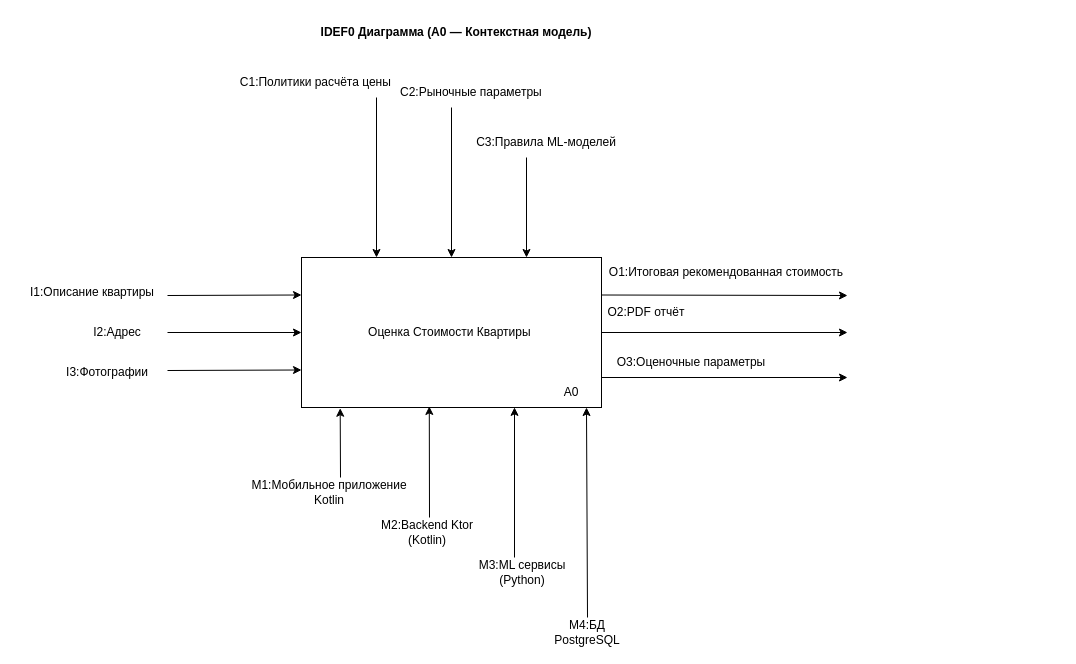
The draw.io diagram src/diagrams/IDEF0/IDEF0_F0_context.drawio in HeadMaxResh/system-engineering-playbook, before the edit. Source tidied: cells renumbered, new cells numbered last; positions are measured from the earlier drawing's top-left corner, leaving out a move shared by most shapes. Both pictures are drawn from the tidied source at 100%, with x=0, y=0 at pixel (17, 17).
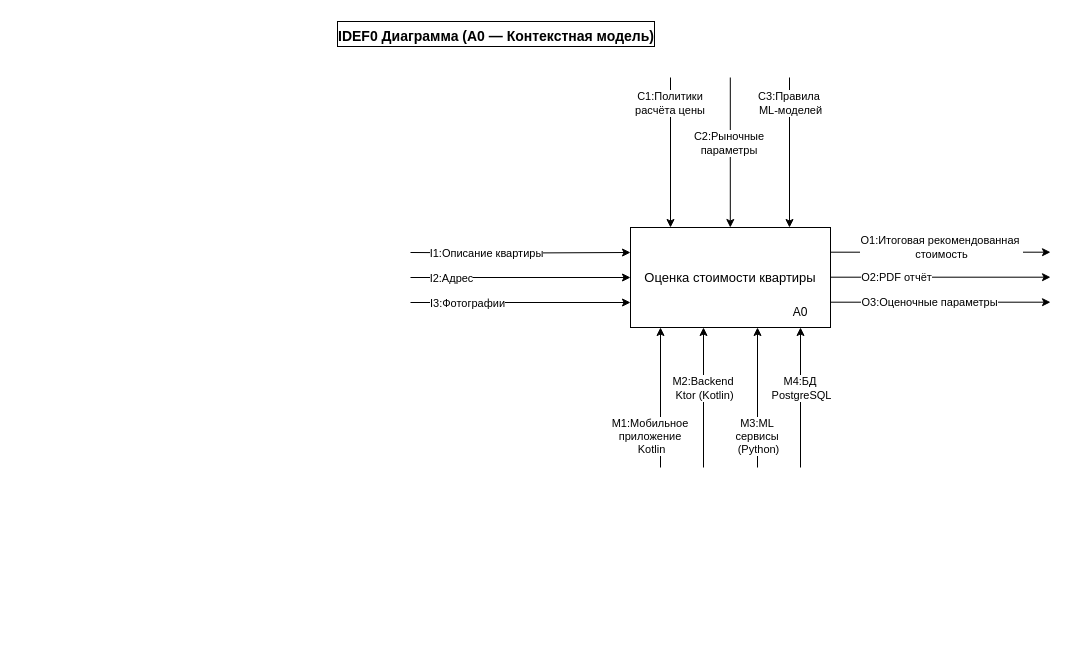
Above is the later version.

Diff of the diagram source:
```diff
@@
-    <mxCell id="2" value="Оценка Стоимости Квартиры&amp;nbsp;" style="rounded=0;whiteSpace=wrap;html=1;" parent="1" vertex="1">
-      <mxGeometry x="284" y="240" width="300" height="150" as="geometry" />
-    </mxCell>
+    <mxCell id="31" style="edgeStyle=orthogonalEdgeStyle;rounded=0;jettySize=auto;html=1;entryX=0;entryY=0.25;entryDx=0;entryDy=0;" parent="1" edge="1" target="34">
+      <mxGeometry relative="1" as="geometry">
+        <mxPoint x="393" y="235" as="sourcePoint" />
+      </mxGeometry>
+    </mxCell>
+    <mxCell id="6" value="I1:Описание квартиры" style="edgeLabel;html=1;align=center;verticalAlign=middle;fontSize=11;fontFamily=Helvetica;fontColor=default;" parent="31" vertex="1">
+      <mxGeometry x="-0.02" y="-1" relative="1" as="geometry">
+        <mxPoint x="-32" y="-1" as="offset" />
+      </mxGeometry>
+    </mxCell>
+    <mxCell id="32" style="edgeStyle=orthogonalEdgeStyle;rounded=0;orthogonalLoop=1;jettySize=auto;html=1;entryX=0.25;entryY=1;entryDx=0;entryDy=0;" parent="1" edge="1">
+      <mxGeometry relative="1" as="geometry">
+        <mxPoint x="643" y="450" as="sourcePoint" />
+        <mxPoint x="643" y="310" as="targetPoint" />
+      </mxGeometry>
+    </mxCell>
+    <mxCell id="24" value="M1:Мобильное&amp;nbsp;&lt;div&gt;приложение&amp;nbsp;&lt;/div&gt;&lt;div&gt;Kotlin&lt;/div&gt;" style="edgeLabel;html=1;align=center;verticalAlign=middle;fontSize=11;" parent="32" vertex="1">
+      <mxGeometry x="0.56" y="2" relative="1" as="geometry">
+        <mxPoint x="-8" y="77" as="offset" />
+      </mxGeometry>
+    </mxCell>
+    <mxCell id="33" style="edgeStyle=none;shape=connector;rounded=0;jettySize=auto;html=1;exitX=0;exitY=0.75;exitDx=0;exitDy=0;labelBackgroundColor=default;strokeColor=default;align=center;verticalAlign=middle;fontFamily=Helvetica;fontSize=11;fontColor=default;endArrow=none;startArrow=classic;startFill=1;endFill=0;" parent="1" edge="1" source="34">
+      <mxGeometry relative="1" as="geometry">
+        <mxPoint x="393" y="285" as="targetPoint" />
+      </mxGeometry>
+    </mxCell>
+    <mxCell id="10" value="I3:Фотографии" style="edgeLabel;html=1;align=center;verticalAlign=middle;fontSize=11;fontFamily=Helvetica;fontColor=default;" parent="33" vertex="1">
+      <mxGeometry x="0.29" y="2" relative="1" as="geometry">
+        <mxPoint x="-22" y="-2" as="offset" />
+      </mxGeometry>
+    </mxCell>
+    <mxCell id="34" value="&lt;font style=&quot;font-size: 13px;&quot;&gt;Оценка стоимости квартиры&lt;/font&gt;" style="rounded=0;whiteSpace=wrap;html=1;" parent="1" vertex="1">
+      <mxGeometry x="613" y="210" width="200" height="100" as="geometry" />
+    </mxCell>
+    <mxCell id="35" value="А0" style="text;html=1;strokeColor=none;fillColor=none;align=center;verticalAlign=middle;whiteSpace=wrap;rounded=0;" parent="1" vertex="1">
+      <mxGeometry x="753" y="280" width="60" height="30" as="geometry" />
+    </mxCell>
+    <mxCell id="36" style="endArrow=classic;html=1;rounded=0;entryX=0.5;entryY=0;entryDx=0;entryDy=0;" parent="1" edge="1">
+      <mxGeometry relative="1" as="geometry">
+        <mxPoint x="653" y="60" as="sourcePoint" />
+        <mxPoint x="653" y="210" as="targetPoint" />
+      </mxGeometry>
+    </mxCell>
+    <mxCell id="12" value="C1:Политики&amp;nbsp;&lt;div&gt;расчёта цены&amp;nbsp;&lt;/div&gt;" style="edgeLabel;html=1;align=center;verticalAlign=middle;fontSize=11;" parent="36" vertex="1">
+      <mxGeometry x="-0.22" y="-1" relative="1" as="geometry">
+        <mxPoint x="1" y="-34" as="offset" />
+      </mxGeometry>
+    </mxCell>
+    <mxCell id="37" style="edgeStyle=none;shape=connector;rounded=0;orthogonalLoop=1;jettySize=auto;html=1;exitX=0;exitY=0.75;exitDx=0;exitDy=0;labelBackgroundColor=default;strokeColor=default;align=center;verticalAlign=middle;fontFamily=Helvetica;fontSize=11;fontColor=default;endArrow=none;startArrow=classic;startFill=1;endFill=0;" parent="1" edge="1">
+      <mxGeometry relative="1" as="geometry">
+        <mxPoint x="613" y="260" as="sourcePoint" />
+        <mxPoint x="393" y="260" as="targetPoint" />
+      </mxGeometry>
+    </mxCell>
+    <mxCell id="8" value="I2:Адрес" style="edgeLabel;html=1;align=center;verticalAlign=middle;fontSize=11;fontFamily=Helvetica;fontColor=default;" parent="37" vertex="1">
+      <mxGeometry x="0.29" y="2" relative="1" as="geometry">
+        <mxPoint x="-38" y="-2" as="offset" />
+      </mxGeometry>
+    </mxCell>
+    <mxCell id="38" style="endArrow=classic;html=1;rounded=0;entryX=0.5;entryY=0;entryDx=0;entryDy=0;" parent="1" edge="1">
+      <mxGeometry relative="1" as="geometry">
+        <mxPoint x="772" y="60" as="sourcePoint" />
+        <mxPoint x="772" y="210" as="targetPoint" />
+      </mxGeometry>
+    </mxCell>
+    <mxCell id="16" value="C3:Правила&amp;nbsp;&lt;div&gt;ML-моделей&lt;/div&gt;" style="edgeLabel;html=1;align=center;verticalAlign=middle;fontSize=11;" parent="38" vertex="1">
+      <mxGeometry x="-0.22" y="-1" relative="1" as="geometry">
+        <mxPoint x="1" y="-34" as="offset" />
+      </mxGeometry>
+    </mxCell>
+    <mxCell id="39" style="endArrow=classic;html=1;rounded=0;entryX=0.5;entryY=0;entryDx=0;entryDy=0;" parent="1" edge="1">
+      <mxGeometry relative="1" as="geometry">
+        <mxPoint x="712.8" y="60" as="sourcePoint" />
+        <mxPoint x="712.8" y="210" as="targetPoint" />
+      </mxGeometry>
+    </mxCell>
+    <mxCell id="14" value="C2:Рыночные&amp;nbsp;&lt;div&gt;параметры&amp;nbsp;&lt;/div&gt;" style="edgeLabel;html=1;align=center;verticalAlign=middle;fontSize=11;" parent="39" vertex="1">
+      <mxGeometry x="-0.22" y="-1" relative="1" as="geometry">
+        <mxPoint x="1" y="6" as="offset" />
+      </mxGeometry>
+    </mxCell>
+    <mxCell id="40" style="edgeStyle=orthogonalEdgeStyle;rounded=0;orthogonalLoop=1;jettySize=auto;html=1;entryX=0.25;entryY=1;entryDx=0;entryDy=0;" parent="1" edge="1">
+      <mxGeometry relative="1" as="geometry">
+        <mxPoint x="686" y="450" as="sourcePoint" />
+        <mxPoint x="686" y="310" as="targetPoint" />
+      </mxGeometry>
+    </mxCell>
+    <mxCell id="26" value="М2:Backend&amp;nbsp;&lt;div&gt;Ktor (Kotlin)&lt;/div&gt;" style="edgeLabel;html=1;align=center;verticalAlign=middle;fontSize=11;" parent="40" vertex="1">
+      <mxGeometry x="0.56" y="2" relative="1" as="geometry">
+        <mxPoint x="2" y="29" as="offset" />
+      </mxGeometry>
+    </mxCell>
+    <mxCell id="41" style="edgeStyle=orthogonalEdgeStyle;rounded=0;orthogonalLoop=1;jettySize=auto;html=1;entryX=0.25;entryY=1;entryDx=0;entryDy=0;" parent="1" edge="1">
+      <mxGeometry relative="1" as="geometry">
+        <mxPoint x="740" y="450" as="sourcePoint" />
+        <mxPoint x="740" y="310" as="targetPoint" />
+      </mxGeometry>
+    </mxCell>
+    <mxCell id="28" value="M3:ML&amp;nbsp;&lt;div&gt;сервисы&amp;nbsp;&lt;/div&gt;&lt;div&gt;(Python)&lt;/div&gt;" style="edgeLabel;html=1;align=center;verticalAlign=middle;fontSize=11;" parent="41" vertex="1">
+      <mxGeometry x="0.56" y="2" relative="1" as="geometry">
+        <mxPoint x="2" y="77" as="offset" />
+      </mxGeometry>
+    </mxCell>
+    <mxCell id="42" style="edgeStyle=orthogonalEdgeStyle;rounded=0;orthogonalLoop=1;jettySize=auto;html=1;entryX=0.25;entryY=1;entryDx=0;entryDy=0;" parent="1" edge="1">
+      <mxGeometry relative="1" as="geometry">
+        <mxPoint x="783" y="450" as="sourcePoint" />
+        <mxPoint x="783" y="310" as="targetPoint" />
+      </mxGeometry>
+    </mxCell>
+    <mxCell id="30" value="M4:БД&amp;nbsp;&lt;div&gt;PostgreSQL&lt;/div&gt;" style="edgeLabel;html=1;align=center;verticalAlign=middle;fontSize=11;" parent="42" vertex="1">
+      <mxGeometry x="0.56" y="2" relative="1" as="geometry">
+        <mxPoint x="2" y="29" as="offset" />
+      </mxGeometry>
+    </mxCell>
+    <mxCell id="43" style="edgeStyle=orthogonalEdgeStyle;rounded=0;orthogonalLoop=1;jettySize=auto;html=1;entryX=0;entryY=0.25;entryDx=0;entryDy=0;" parent="1" edge="1">
+      <mxGeometry relative="1" as="geometry">
+        <mxPoint x="813" y="234.7" as="sourcePoint" />
+        <mxPoint x="1033" y="234.7" as="targetPoint" />
+      </mxGeometry>
+    </mxCell>
+    <mxCell id="18" value="O1:Итоговая рекомендованная&amp;nbsp;&lt;div&gt;&lt;span style=&quot;background-color: light-dark(#ffffff, var(--ge-dark-color, #121212)); color: light-dark(rgb(0, 0, 0), rgb(255, 255, 255));&quot;&gt;стоимость&lt;/span&gt;&lt;/div&gt;" style="edgeLabel;html=1;align=center;verticalAlign=middle;fontSize=11;fontFamily=Helvetica;fontColor=default;" parent="43" vertex="1">
+      <mxGeometry x="-0.02" y="-1" relative="1" as="geometry">
+        <mxPoint x="2" y="-6" as="offset" />
+      </mxGeometry>
+    </mxCell>
+    <mxCell id="44" style="edgeStyle=none;shape=connector;rounded=0;orthogonalLoop=1;jettySize=auto;html=1;exitX=0;exitY=0.75;exitDx=0;exitDy=0;labelBackgroundColor=default;strokeColor=default;align=center;verticalAlign=middle;fontFamily=Helvetica;fontSize=11;fontColor=default;endArrow=none;startArrow=classic;startFill=1;endFill=0;" parent="1" edge="1">
+      <mxGeometry relative="1" as="geometry">
+        <mxPoint x="1033" y="284.7" as="sourcePoint" />
+        <mxPoint x="813" y="284.7" as="targetPoint" />
+      </mxGeometry>
+    </mxCell>
+    <mxCell id="22" value="О3:Оценочные параметры" style="edgeLabel;html=1;align=center;verticalAlign=middle;fontSize=11;fontFamily=Helvetica;fontColor=default;" parent="44" vertex="1">
+      <mxGeometry x="0.29" y="2" relative="1" as="geometry">
+        <mxPoint x="20" y="-2" as="offset" />
+      </mxGeometry>
+    </mxCell>
+    <mxCell id="45" style="edgeStyle=none;shape=connector;rounded=0;orthogonalLoop=1;jettySize=auto;html=1;exitX=0;exitY=0.75;exitDx=0;exitDy=0;labelBackgroundColor=default;strokeColor=default;align=center;verticalAlign=middle;fontFamily=Helvetica;fontSize=11;fontColor=default;endArrow=none;startArrow=classic;startFill=1;endFill=0;" parent="1" edge="1">
+      <mxGeometry relative="1" as="geometry">
+        <mxPoint x="1033" y="259.7" as="sourcePoint" />
+        <mxPoint x="813" y="259.7" as="targetPoint" />
+      </mxGeometry>
+    </mxCell>
+    <mxCell id="20" value="O2:PDF отчёт" style="edgeLabel;html=1;align=center;verticalAlign=middle;fontSize=11;fontFamily=Helvetica;fontColor=default;" parent="45" vertex="1">
+      <mxGeometry x="0.29" y="2" relative="1" as="geometry">
+        <mxPoint x="-13" y="-2" as="offset" />
+      </mxGeometry>
+    </mxCell>
-    <mxCell id="3" value="&lt;b&gt;IDEF0 Диаграмма (A0 — Контекстная модель)&lt;/b&gt;" style="text;html=1;whiteSpace=wrap;strokeColor=none;fillColor=none;align=center;verticalAlign=middle;rounded=0;" parent="1" vertex="1">
-      <mxGeometry x="294" width="290" height="30" as="geometry" />
+    <mxCell id="3" value="&lt;font style=&quot;font-size: 14px;&quot;&gt;IDEF0 Диаграмма (A0 — Контекстная модель)&lt;/font&gt;" style="text;html=1;strokeColor=none;fillColor=none;align=center;verticalAlign=middle;whiteSpace=wrap;rounded=0;fontSize=20;fontStyle=1;labelBackgroundColor=none;labelBorderColor=default;spacingTop=1;" parent="1" vertex="1">
+      <mxGeometry x="294" width="370" height="30" as="geometry" />
     </mxCell>
-    <mxCell id="4" value="A0" style="text;html=1;whiteSpace=wrap;strokeColor=none;fillColor=none;align=center;verticalAlign=middle;rounded=0;" parent="1" vertex="1">
-      <mxGeometry x="524" y="360" width="60" height="30" as="geometry" />
-    </mxCell>
-    <mxCell id="5" style="endArrow=classic;html=1;rounded=0;entryX=0;entryY=0.25;entryDx=0;entryDy=0;" parent="1" edge="1" target="2">
-      <mxGeometry relative="1" as="geometry">
-        <mxPoint x="150" y="278" as="sourcePoint" />
-      </mxGeometry>
-    </mxCell>
-    <mxCell id="6" value="I1:Описание квартиры" style="text;html=1;whiteSpace=wrap;strokeColor=none;fillColor=none;align=center;verticalAlign=middle;rounded=0;" parent="1" vertex="1">
-      <mxGeometry y="260" width="150" height="30" as="geometry" />
-    </mxCell>
-    <mxCell id="7" style="endArrow=classic;html=1;rounded=0;entryX=0;entryY=0.5;entryDx=0;entryDy=0;" parent="1" edge="1" target="2">
-      <mxGeometry relative="1" as="geometry">
-        <mxPoint x="150" y="315" as="sourcePoint" />
-      </mxGeometry>
-    </mxCell>
-    <mxCell id="8" value="I2:Адрес" style="text;html=1;whiteSpace=wrap;strokeColor=none;fillColor=none;align=center;verticalAlign=middle;rounded=0;" parent="1" vertex="1">
-      <mxGeometry x="70" y="300" width="60" height="30" as="geometry" />
-    </mxCell>
-    <mxCell id="9" style="endArrow=classic;html=1;rounded=0;entryX=0;entryY=0.75;entryDx=0;entryDy=0;" parent="1" edge="1" target="2">
-      <mxGeometry relative="1" as="geometry">
-        <mxPoint x="150" y="353" as="sourcePoint" />
-      </mxGeometry>
-    </mxCell>
-    <mxCell id="10" value="I3:Фотографии" style="text;html=1;whiteSpace=wrap;strokeColor=none;fillColor=none;align=center;verticalAlign=middle;rounded=0;" parent="1" vertex="1">
-      <mxGeometry x="60" y="340" width="60" height="30" as="geometry" />
-    </mxCell>
-    <mxCell id="11" style="endArrow=classic;html=1;rounded=0;entryX=0.25;entryY=0;entryDx=0;entryDy=0;" parent="1" edge="1" target="2">
-      <mxGeometry relative="1" as="geometry">
-        <mxPoint x="359" y="80" as="sourcePoint" />
-      </mxGeometry>
-    </mxCell>
-    <mxCell id="12" value="C1:Политики расчёта цены&amp;nbsp;" style="text;html=1;whiteSpace=wrap;strokeColor=none;fillColor=none;align=center;verticalAlign=middle;rounded=0;" parent="1" vertex="1">
-      <mxGeometry x="210" y="50" width="180" height="30" as="geometry" />
-    </mxCell>
-    <mxCell id="13" style="endArrow=classic;html=1;rounded=0;entryX=0.5;entryY=0;entryDx=0;entryDy=0;" parent="1" edge="1" target="2">
-      <mxGeometry relative="1" as="geometry">
-        <mxPoint x="434" y="90" as="sourcePoint" />
-      </mxGeometry>
-    </mxCell>
-    <mxCell id="14" value="C2:Рыночные параметры&amp;nbsp;" style="text;html=1;whiteSpace=wrap;strokeColor=none;fillColor=none;align=center;verticalAlign=middle;rounded=0;" parent="1" vertex="1">
-      <mxGeometry x="360" y="60" width="191" height="30" as="geometry" />
-    </mxCell>
-    <mxCell id="15" style="endArrow=classic;html=1;rounded=0;entryX=0.75;entryY=0;entryDx=0;entryDy=0;" parent="1" edge="1" target="2">
-      <mxGeometry relative="1" as="geometry">
-        <mxPoint x="509" y="140" as="sourcePoint" />
-      </mxGeometry>
-    </mxCell>
-    <mxCell id="16" value="C3:Правила ML-моделей" style="text;html=1;whiteSpace=wrap;strokeColor=none;fillColor=none;align=center;verticalAlign=middle;rounded=0;" parent="1" vertex="1">
-      <mxGeometry x="434" y="110" width="190" height="30" as="geometry" />
-    </mxCell>
-    <mxCell id="17" style="endArrow=classic;html=1;rounded=0;exitX=1;exitY=0.25;exitDx=0;exitDy=0;" parent="1" edge="1" source="2">
-      <mxGeometry relative="1" as="geometry">
-        <mxPoint x="830" y="278" as="targetPoint" />
-      </mxGeometry>
-    </mxCell>
-    <mxCell id="18" value="O1:Итоговая рекомендованная стоимость" style="text;html=1;whiteSpace=wrap;strokeColor=none;fillColor=none;align=center;verticalAlign=middle;rounded=0;" parent="1" vertex="1">
-      <mxGeometry x="584" y="240" width="250" height="30" as="geometry" />
-    </mxCell>
-    <mxCell id="19" style="endArrow=classic;html=1;rounded=0;exitX=1;exitY=0.5;exitDx=0;exitDy=0;" parent="1" edge="1" source="2">
-      <mxGeometry relative="1" as="geometry">
-        <mxPoint x="830" y="315" as="targetPoint" />
-      </mxGeometry>
-    </mxCell>
-    <mxCell id="20" value="O2:PDF отчёт" style="text;html=1;whiteSpace=wrap;strokeColor=none;fillColor=none;align=center;verticalAlign=middle;rounded=0;" parent="1" vertex="1">
-      <mxGeometry x="584" y="280" width="90" height="30" as="geometry" />
-    </mxCell>
-    <mxCell id="21" style="endArrow=classic;html=1;rounded=0;exitX=1;exitY=0;exitDx=0;exitDy=0;" parent="1" edge="1" source="4">
-      <mxGeometry relative="1" as="geometry">
-        <mxPoint x="830" y="360" as="targetPoint" />
-      </mxGeometry>
-    </mxCell>
-    <mxCell id="22" value="О3:Оценочные параметры" style="text;html=1;whiteSpace=wrap;strokeColor=none;fillColor=none;align=center;verticalAlign=middle;rounded=0;" parent="1" vertex="1">
-      <mxGeometry x="584" y="330" width="180" height="30" as="geometry" />
-    </mxCell>
-    <mxCell id="23" style="endArrow=classic;html=1;rounded=0;entryX=0.129;entryY=1.005;entryDx=0;entryDy=0;entryPerimeter=0;" parent="1" edge="1" target="2">
-      <mxGeometry relative="1" as="geometry">
-        <mxPoint x="323" y="460" as="sourcePoint" />
-      </mxGeometry>
-    </mxCell>
-    <mxCell id="24" value="M1:Мобильное приложение Kotlin" style="text;html=1;whiteSpace=wrap;strokeColor=none;fillColor=none;align=center;verticalAlign=middle;rounded=0;" parent="1" vertex="1">
-      <mxGeometry x="224" y="460" width="176" height="30" as="geometry" />
-    </mxCell>
-    <mxCell id="25" style="endArrow=classic;html=1;rounded=0;entryX=0.426;entryY=0.993;entryDx=0;entryDy=0;entryPerimeter=0;" parent="1" edge="1" target="2">
-      <mxGeometry relative="1" as="geometry">
-        <mxPoint x="412" y="500" as="sourcePoint" />
-      </mxGeometry>
-    </mxCell>
-    <mxCell id="26" value="М2:Backend Ktor (Kotlin)" style="text;html=1;whiteSpace=wrap;strokeColor=none;fillColor=none;align=center;verticalAlign=middle;rounded=0;" parent="1" vertex="1">
-      <mxGeometry x="350" y="500" width="120" height="30" as="geometry" />
-    </mxCell>
-    <mxCell id="27" style="endArrow=classic;html=1;rounded=0;entryX=0.71;entryY=0.999;entryDx=0;entryDy=0;entryPerimeter=0;" parent="1" edge="1" target="2">
-      <mxGeometry relative="1" as="geometry">
-        <mxPoint x="497" y="540" as="sourcePoint" />
-      </mxGeometry>
-    </mxCell>
-    <mxCell id="28" value="M3:ML сервисы (Python)" style="text;html=1;whiteSpace=wrap;strokeColor=none;fillColor=none;align=center;verticalAlign=middle;rounded=0;" parent="1" vertex="1">
-      <mxGeometry x="450" y="540" width="110" height="30" as="geometry" />
-    </mxCell>
-    <mxCell id="29" style="endArrow=classic;html=1;rounded=0;entryX=0.75;entryY=1;entryDx=0;entryDy=0;" parent="1" edge="1" target="4">
-      <mxGeometry relative="1" as="geometry">
-        <mxPoint x="570" y="600" as="sourcePoint" />
-      </mxGeometry>
-    </mxCell>
-    <mxCell id="30" value="M4:БД PostgreSQL" style="text;html=1;whiteSpace=wrap;strokeColor=none;fillColor=none;align=center;verticalAlign=middle;rounded=0;" parent="1" vertex="1">
-      <mxGeometry x="540" y="600" width="60" height="30" as="geometry" />
-    </mxCell>
```
